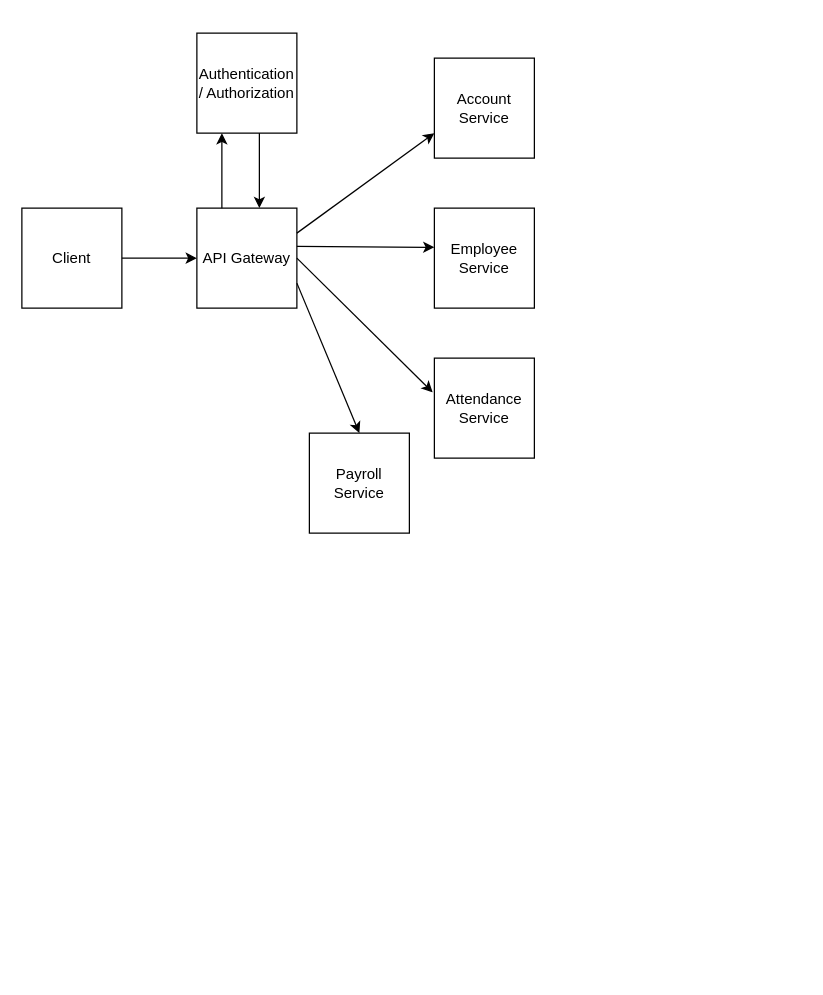
Before: page "Trang-4" (4 of 5) of tttn.drawio in VanTruongPTITHCM2002/DoAnJava, a draw.io diagram. Source tidied: cells renumbered, new cells numbered last; positions are measured from the earlier drawing's top-left corner, leaving out a move shared by most shapes. Both pictures are drawn from the tidied source at 125%, with x=0, y=0 at pixel (21, 32).
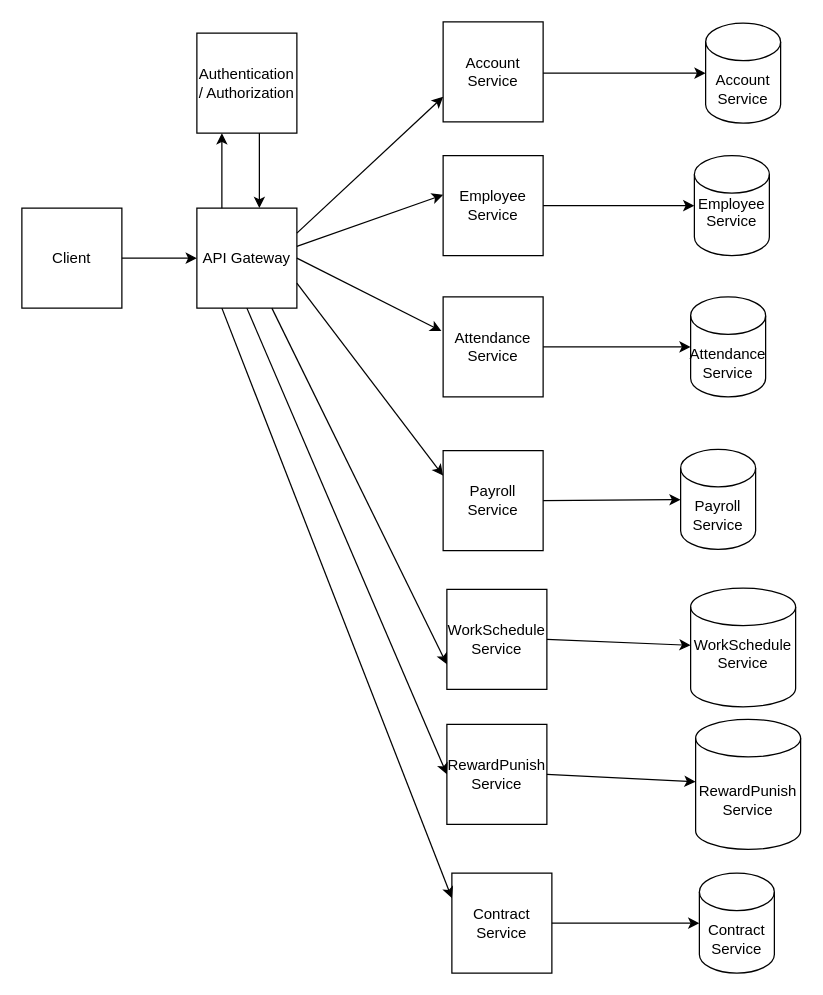
The same page after the edit.

The change refers to these unchanged cells:
```xml
<mxCell id="4" value="API Gateway" style="whiteSpace=wrap;html=1;" parent="1" vertex="1">
  <mxGeometry x="140" y="140" width="80" height="80" as="geometry" />
</mxCell>
```

The edit, as a diff of the source:
```diff
@@
     <mxCell id="9" value="Account Service" style="whiteSpace=wrap;html=1;" parent="1" vertex="1">
-      <mxGeometry x="330" y="20" width="80" height="80" as="geometry" />
+      <mxGeometry x="337" y="-9" width="80" height="80" as="geometry" />
     </mxCell>
@@
     <mxCell id="11" value="Employee Service" style="whiteSpace=wrap;html=1;" parent="1" vertex="1">
-      <mxGeometry x="330" y="140" width="80" height="80" as="geometry" />
+      <mxGeometry x="337" y="98" width="80" height="80" as="geometry" />
     </mxCell>
     <mxCell id="12" value="Attendance Service" style="whiteSpace=wrap;html=1;" parent="1" vertex="1">
-      <mxGeometry x="330" y="260" width="80" height="80" as="geometry" />
+      <mxGeometry x="337" y="211" width="80" height="80" as="geometry" />
     </mxCell>
@@
-    <mxCell id="14" style="endArrow=classic;html=1;rounded=0;exitX=1;exitY=0.75;exitDx=0;exitDy=0;entryX=0.5;entryY=0;entryDx=0;entryDy=0;" parent="1" edge="1" source="4" target="15">
+    <mxCell id="14" style="endArrow=classic;html=1;rounded=0;exitX=1;exitY=0.75;exitDx=0;exitDy=0;entryX=0;entryY=0.25;entryDx=0;entryDy=0;" parent="1" edge="1" source="4" target="15">
       <mxGeometry relative="1" as="geometry" />
     </mxCell>
     <mxCell id="15" value="Payroll Service" style="whiteSpace=wrap;html=1;" parent="1" vertex="1">
-      <mxGeometry x="230" y="320" width="80" height="80" as="geometry" />
+      <mxGeometry x="337" y="334" width="80" height="80" as="geometry" />
     </mxCell>
+    <mxCell id="16" value="WorkSchedule&lt;div&gt;Service&lt;/div&gt;" style="whiteSpace=wrap;html=1;" parent="1" vertex="1">
+      <mxGeometry x="340" y="445" width="80" height="80" as="geometry" />
+    </mxCell>
+    <mxCell id="17" value="RewardPunish&lt;div&gt;Service&lt;/div&gt;" style="whiteSpace=wrap;html=1;" parent="1" vertex="1">
+      <mxGeometry x="340" y="553" width="80" height="80" as="geometry" />
+    </mxCell>
+    <mxCell id="18" value="Contract Service" style="whiteSpace=wrap;html=1;" parent="1" vertex="1">
+      <mxGeometry x="344" y="672" width="80" height="80" as="geometry" />
+    </mxCell>
+    <mxCell id="19" style="endArrow=classic;html=1;rounded=0;exitX=0.75;exitY=1;exitDx=0;exitDy=0;entryX=0;entryY=0.75;entryDx=0;entryDy=0;" parent="1" edge="1" source="4" target="16">
+      <mxGeometry relative="1" as="geometry" />
+    </mxCell>
+    <mxCell id="20" style="endArrow=classic;html=1;rounded=0;exitX=0.5;exitY=1;exitDx=0;exitDy=0;entryX=0;entryY=0.5;entryDx=0;entryDy=0;" parent="1" edge="1" source="4" target="17">
+      <mxGeometry relative="1" as="geometry" />
+    </mxCell>
+    <mxCell id="21" style="endArrow=classic;html=1;rounded=0;exitX=0.25;exitY=1;exitDx=0;exitDy=0;entryX=0;entryY=0.25;entryDx=0;entryDy=0;" parent="1" edge="1" source="4" target="18">
+      <mxGeometry relative="1" as="geometry" />
+    </mxCell>
+    <mxCell id="22" style="endArrow=classic;html=1;rounded=0;exitX=1;exitY=0.25;exitDx=0;exitDy=0;" parent="1" edge="1" target="29">
+      <mxGeometry relative="1" as="geometry">
+        <mxPoint x="417" y="32" as="sourcePoint" />
+      </mxGeometry>
+    </mxCell>
+    <mxCell id="23" style="endArrow=classic;html=1;rounded=0;exitX=1;exitY=0.5;exitDx=0;exitDy=0;" parent="1" edge="1" source="11" target="30">
+      <mxGeometry relative="1" as="geometry" />
+    </mxCell>
+    <mxCell id="24" style="endArrow=classic;html=1;rounded=0;exitX=1;exitY=0.5;exitDx=0;exitDy=0;" parent="1" edge="1" source="12" target="31">
+      <mxGeometry relative="1" as="geometry" />
+    </mxCell>
+    <mxCell id="25" style="endArrow=classic;html=1;rounded=0;exitX=1;exitY=0.5;exitDx=0;exitDy=0;" parent="1" edge="1" source="15" target="32">
+      <mxGeometry relative="1" as="geometry" />
+    </mxCell>
+    <mxCell id="26" style="endArrow=classic;html=1;rounded=0;exitX=1;exitY=0.5;exitDx=0;exitDy=0;" parent="1" edge="1" source="16" target="33">
+      <mxGeometry relative="1" as="geometry" />
+    </mxCell>
+    <mxCell id="27" style="endArrow=classic;html=1;rounded=0;exitX=1;exitY=0.5;exitDx=0;exitDy=0;" parent="1" edge="1" source="17" target="34">
+      <mxGeometry relative="1" as="geometry" />
+    </mxCell>
+    <mxCell id="28" style="endArrow=classic;html=1;rounded=0;exitX=1;exitY=0.5;exitDx=0;exitDy=0;" parent="1" edge="1" source="18" target="35">
+      <mxGeometry relative="1" as="geometry" />
+    </mxCell>
+    <mxCell id="29" value="Account Service" style="shape=cylinder3;whiteSpace=wrap;html=1;boundedLbl=1;backgroundOutline=1;size=15;" parent="1" vertex="1">
+      <mxGeometry x="547" y="-8" width="60" height="80" as="geometry" />
+    </mxCell>
+    <mxCell id="30" value="&#10;&lt;span style=&quot;color: rgb(0, 0, 0); font-family: Helvetica; font-size: 12px; font-style: normal; font-variant-ligatures: normal; font-variant-caps: normal; font-weight: 400; letter-spacing: normal; orphans: 2; text-align: center; text-indent: 0px; text-transform: none; widows: 2; word-spacing: 0px; -webkit-text-stroke-width: 0px; white-space: normal; background-color: rgb(255, 255, 255); text-decoration-thickness: initial; text-decoration-style: initial; text-decoration-color: initial; display: inline !important; float: none;&quot;&gt;Employee Service&lt;/span&gt;&#10;&#10;" style="shape=cylinder3;whiteSpace=wrap;html=1;boundedLbl=1;backgroundOutline=1;size=15;" parent="1" vertex="1">
+      <mxGeometry x="538" y="98" width="60" height="80" as="geometry" />
+    </mxCell>
+    <mxCell id="31" value="Attendance Service" style="shape=cylinder3;whiteSpace=wrap;html=1;boundedLbl=1;backgroundOutline=1;size=15;" parent="1" vertex="1">
+      <mxGeometry x="535" y="211" width="60" height="80" as="geometry" />
+    </mxCell>
+    <mxCell id="32" value="Payroll Service" style="shape=cylinder3;whiteSpace=wrap;html=1;boundedLbl=1;backgroundOutline=1;size=15;" parent="1" vertex="1">
+      <mxGeometry x="527" y="333" width="60" height="80" as="geometry" />
+    </mxCell>
+    <mxCell id="33" value="&#10;&lt;span style=&quot;color: rgb(0, 0, 0); font-family: Helvetica; font-size: 12px; font-style: normal; font-variant-ligatures: normal; font-variant-caps: normal; font-weight: 400; letter-spacing: normal; orphans: 2; text-align: center; text-indent: 0px; text-transform: none; widows: 2; word-spacing: 0px; -webkit-text-stroke-width: 0px; white-space: normal; background-color: rgb(255, 255, 255); text-decoration-thickness: initial; text-decoration-style: initial; text-decoration-color: initial; display: inline !important; float: none;&quot;&gt;WorkSchedule&lt;/span&gt;&lt;div style=&quot;forced-color-adjust: none; color: rgb(0, 0, 0); font-family: Helvetica; font-size: 12px; font-style: normal; font-variant-ligatures: normal; font-variant-caps: normal; font-weight: 400; letter-spacing: normal; orphans: 2; text-align: center; text-indent: 0px; text-transform: none; widows: 2; word-spacing: 0px; -webkit-text-stroke-width: 0px; white-space: normal; background-color: rgb(255, 255, 255); text-decoration-thickness: initial; text-decoration-style: initial; text-decoration-color: initial;&quot;&gt;Service&lt;/div&gt;&#10;&#10;" style="shape=cylinder3;whiteSpace=wrap;html=1;boundedLbl=1;backgroundOutline=1;size=15;" parent="1" vertex="1">
+      <mxGeometry x="535" y="444" width="84" height="95" as="geometry" />
+    </mxCell>
+    <mxCell id="34" value="RewardPunish&lt;div&gt;Service&lt;/div&gt;" style="shape=cylinder3;whiteSpace=wrap;html=1;boundedLbl=1;backgroundOutline=1;size=15;" parent="1" vertex="1">
+      <mxGeometry x="539" y="549" width="84" height="104" as="geometry" />
+    </mxCell>
+    <mxCell id="35" value="Contract Service" style="shape=cylinder3;whiteSpace=wrap;html=1;boundedLbl=1;backgroundOutline=1;size=15;" parent="1" vertex="1">
+      <mxGeometry x="542" y="672" width="60" height="80" as="geometry" />
+    </mxCell>
```
